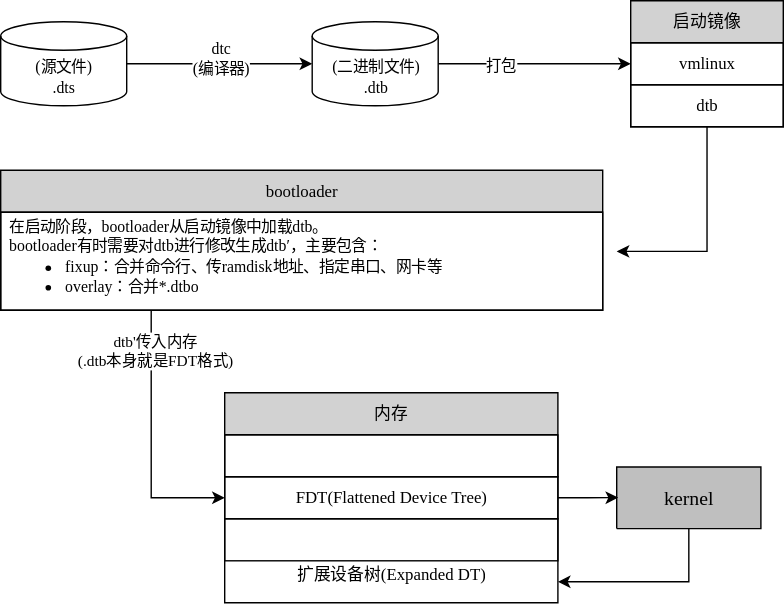
The draw.io diagram Linux内核原理及其开发/Resources/设备树生命周期.drawio.svg in h13-0/Notebooks, before a commit. Source tidied: cells renumbered, new cells last; positions are measured from the earlier drawing's top-left corner, leaving out a move shared by most shapes.
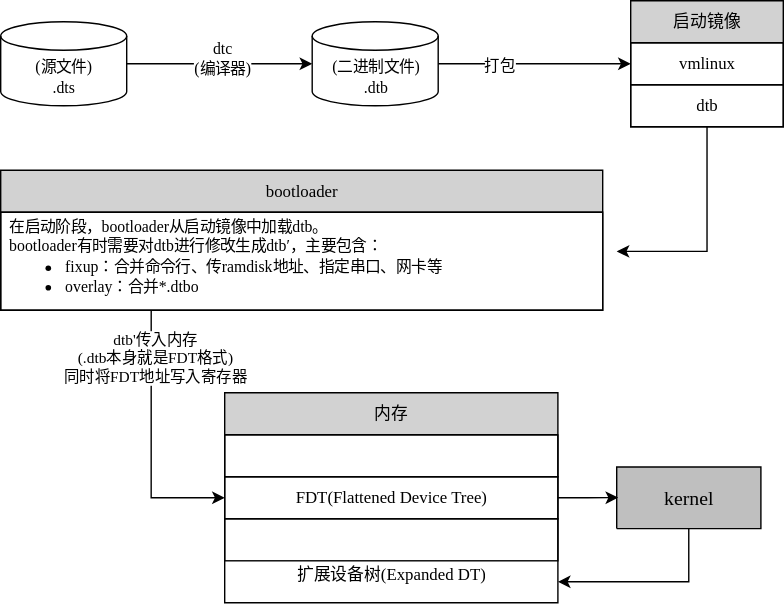
The same file after the commit.

Commit message:
vault backup: 2026-08-06 15:14:50

The edit, as a diff of the source:
```diff
@@ -61,15 +61,15 @@
     <mxCell id="17" style="edgeStyle=orthogonalEdgeStyle;rounded=0;jettySize=auto;html=1;exitX=0.25;exitY=1;exitDx=0;exitDy=0;" parent="1" edge="1" source="19" target="23">
       <mxGeometry relative="1" as="geometry" />
     </mxCell>
-    <mxCell id="18" value="&lt;font face=&quot;思源等宽&quot;&gt;dtb'传入内存&lt;/font&gt;&lt;div&gt;&lt;font face=&quot;思源等宽&quot;&gt;(.dtb本身就是FDT格式)&lt;/font&gt;&lt;/div&gt;" style="edgeLabel;html=1;align=center;verticalAlign=middle;" parent="17" vertex="1">
+    <mxCell id="18" value="&lt;font face=&quot;思源等宽&quot;&gt;dtb'传入内存&lt;/font&gt;&lt;div&gt;&lt;font face=&quot;思源等宽&quot;&gt;(.dtb本身就是FDT格式)&lt;/font&gt;&lt;/div&gt;&lt;div&gt;&lt;font face=&quot;思源等宽&quot;&gt;同时将FDT地址写入寄存器&lt;/font&gt;&lt;/div&gt;" style="edgeLabel;html=1;align=center;verticalAlign=middle;" parent="17" vertex="1">
       <mxGeometry x="-0.41" y="2" relative="1" as="geometry">
-        <mxPoint y="-27" as="offset" />
+        <mxPoint y="-22" as="offset" />
       </mxGeometry>
     </mxCell>
     <mxCell id="19" value="&lt;font face=&quot;思源等宽&quot;&gt;bootloader&lt;/font&gt;" style="swimlane;fontStyle=0;horizontal=1;startSize=30;whiteSpace=wrap;html=1;fillColor=#D2D2D2;" parent="1" vertex="1">
       <mxGeometry y="121" width="430" height="100" as="geometry" />
     </mxCell>
-    <mxCell id="20" value="&lt;font style=&quot;color: rgb(0, 0, 0);&quot;&gt;&lt;span style=&quot;font-family: 思源等宽; font-size: 11.29px;&quot;&gt;在启动阶段，bootloader从启动镜像中加载dtb。&lt;/span&gt;&lt;br style=&quot;font-family: 思源等宽; font-size: 11.29px;&quot;&gt;&lt;span style=&quot;font-family: 思源等宽; font-size: 11.29px;&quot;&gt;bootloader有时需要对dtb进行修改生成dtb′，主要包含：&lt;/span&gt;&lt;/font&gt;&lt;div&gt;&lt;ul style=&quot;padding-left: 40px; margin-top: 0px;&quot;&gt;&lt;li&gt;&lt;font style=&quot;color: rgb(0, 0, 0);&quot;&gt;&lt;span style=&quot;font-family: 思源等宽; font-size: 11.29px;&quot;&gt;fixup：合并命令行、传ramdisk地址、指定串口、网卡等&lt;/span&gt;&lt;/font&gt;&lt;/li&gt;&lt;li&gt;&lt;font style=&quot;color: rgb(0, 0, 0);&quot;&gt;&lt;span style=&quot;font-family: 思源等宽; font-size: 11.29px;&quot;&gt;overlay：合并*.dtbo&lt;/span&gt;&lt;/font&gt;&lt;/li&gt;&lt;/ul&gt;&lt;/div&gt;" style="text;strokeColor=default;fillColor=none;align=left;verticalAlign=middle;spacingLeft=4;spacingRight=4;overflow=hidden;whiteSpace=wrap;html=1;" parent="19" vertex="1">
+    <mxCell id="20" value="&lt;font style=&quot;color: rgb(0, 0, 0);&quot;&gt;&lt;span style=&quot;font-family: 思源等宽; font-size: 11.29px;&quot;&gt;在启动阶段，bootloader从启动镜像中加载dtb。&lt;/span&gt;&lt;br style=&quot;font-family: 思源等宽; font-size: 11.29px;&quot;&gt;&lt;span style=&quot;font-family: 思源等宽; font-size: 11.29px;&quot;&gt;bootloader有时需要对dtb进行修改生成dtb′，主要包含：&lt;/span&gt;&lt;/font&gt;&lt;div&gt;&lt;ul style=&quot;padding-left: 40px; margin-top: 0px;&quot;&gt;&lt;li&gt;&lt;span style=&quot;font-family: 思源等宽; background-color: transparent; font-size: 11.29px;&quot;&gt;fixup：合并命令行、传ramdisk地址、指定串口、网卡等&lt;/span&gt;&lt;/li&gt;&lt;li&gt;&lt;span style=&quot;font-family: 思源等宽; background-color: transparent; font-size: 11.29px;&quot;&gt;overlay：合并*.dtbo&lt;/span&gt;&lt;/li&gt;&lt;/ul&gt;&lt;/div&gt;" style="text;strokeColor=default;fillColor=none;align=left;verticalAlign=middle;spacingLeft=4;spacingRight=4;overflow=hidden;whiteSpace=wrap;html=1;" parent="19" vertex="1">
       <mxGeometry y="30" width="430" height="70" as="geometry" />
     </mxCell>
     <mxCell id="21" value="&lt;font face=&quot;思源等宽&quot;&gt;内存&lt;/font&gt;" style="swimlane;fontStyle=0;horizontal=1;startSize=30;whiteSpace=wrap;html=1;fillColor=#D2D2D2;" parent="1" vertex="1">
```
